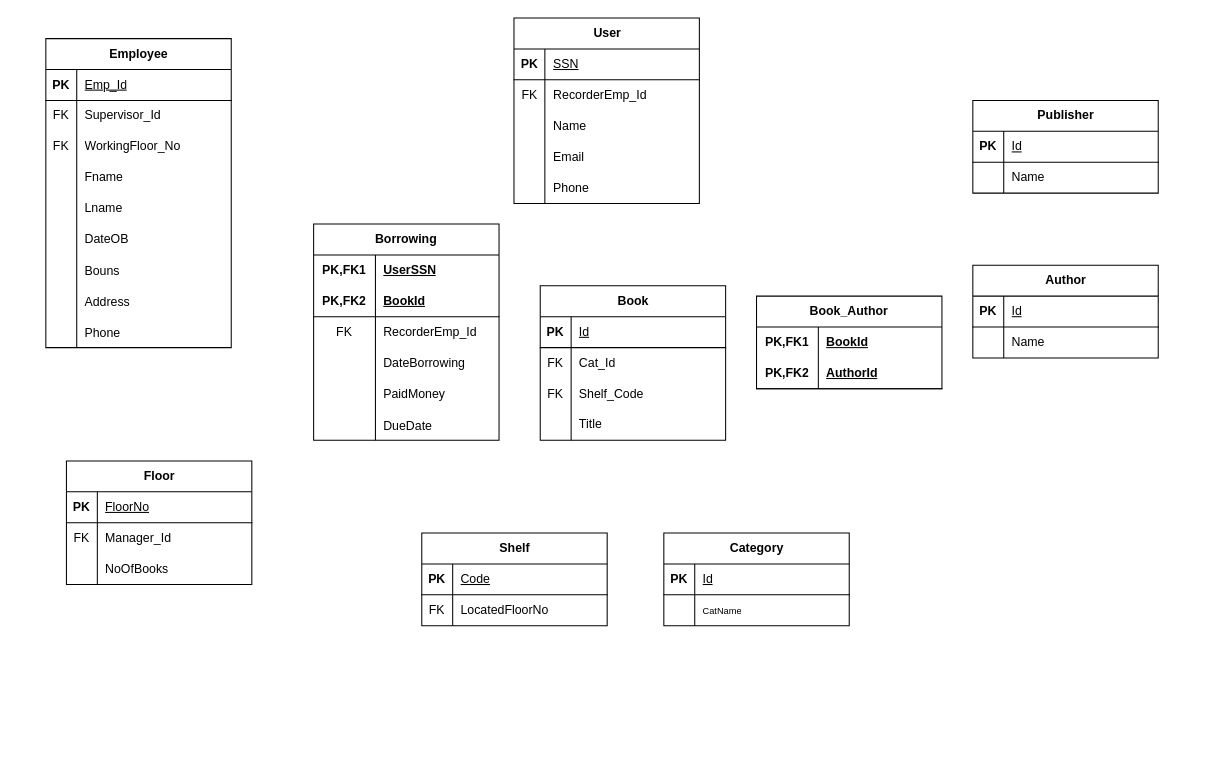
Above: Mapping/Mapping_Library.drawio in omareldesokyy/ERD (draw.io), before the change. Source tidied: cells renumbered, new cells numbered last; positions are measured from the earlier drawing's top-left corner, leaving out a move shared by most shapes. Both pictures are drawn from the tidied source at 103%, with x=0, y=0 at pixel (45, 18).
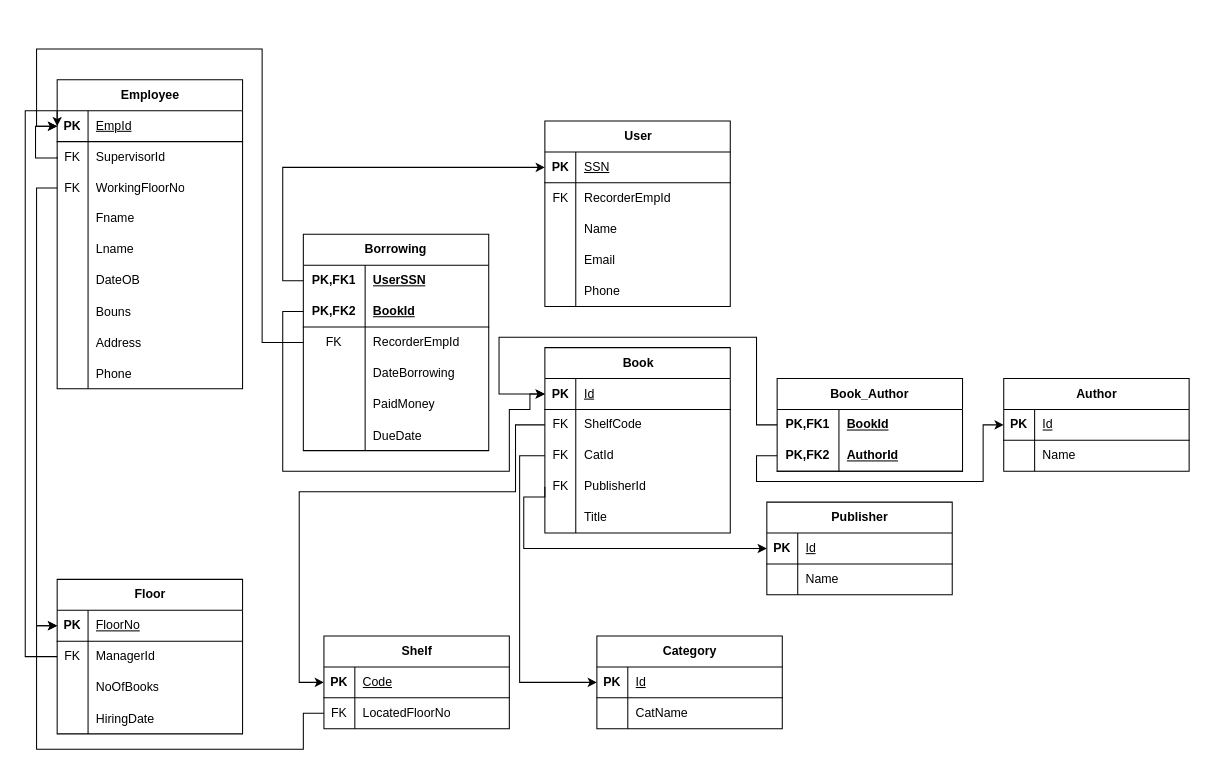
After the change.

The change refers to these unchanged cells:
```xml
<mxCell id="3" style="shape=tableRow;horizontal=0;startSize=0;swimlaneHead=0;swimlaneBody=0;fillColor=none;points=[[0,0.5],[1,0.5]];portConstraint=eastwest;top=0;left=0;right=0;bottom=1;" parent="2" vertex="1">
  <mxGeometry y="30" width="180" height="30" as="geometry" />
</mxCell>
<mxCell id="6" style="shape=tableRow;horizontal=0;startSize=0;swimlaneHead=0;swimlaneBody=0;fillColor=none;points=[[0,0.5],[1,0.5]];portConstraint=eastwest;top=0;left=0;right=0;bottom=0;" parent="2" vertex="1">
  <mxGeometry y="60" width="180" height="30" as="geometry" />
</mxCell>
<mxCell id="9" style="shape=tableRow;horizontal=0;startSize=0;swimlaneHead=0;swimlaneBody=0;fillColor=none;points=[[0,0.5],[1,0.5]];portConstraint=eastwest;top=0;left=0;right=0;bottom=0;" parent="2" vertex="1">
  <mxGeometry y="90" width="180" height="30" as="geometry" />
</mxCell>
<mxCell id="31" style="shape=tableRow;horizontal=0;startSize=0;swimlaneHead=0;swimlaneBody=0;fillColor=none;points=[[0,0.5],[1,0.5]];portConstraint=eastwest;top=0;left=0;right=0;bottom=1;" parent="30" vertex="1">
  <mxGeometry y="30" width="180" height="30" as="geometry" />
</mxCell>
<mxCell id="34" style="shape=tableRow;horizontal=0;startSize=0;swimlaneHead=0;swimlaneBody=0;fillColor=none;top=0;left=0;right=0;bottom=0;" parent="30" vertex="1">
  <mxGeometry y="60" width="180" height="30" as="geometry" />
</mxCell>
<mxCell id="47" style="shape=tableRow;horizontal=0;startSize=0;swimlaneHead=0;swimlaneBody=0;fillColor=none;points=[[0,0.5],[1,0.5]];portConstraint=eastwest;top=0;left=0;right=0;bottom=1;" parent="46" vertex="1">
  <mxGeometry y="30" width="180" height="30" as="geometry" />
</mxCell>
<mxCell id="50" style="shape=tableRow;horizontal=0;startSize=0;swimlaneHead=0;swimlaneBody=0;fillColor=none;points=[[0,0.5],[1,0.5]];portConstraint=eastwest;top=0;left=0;right=0;bottom=0;" parent="46" vertex="1">
  <mxGeometry y="60" width="180" height="30" as="geometry" />
</mxCell>
<mxCell id="53" style="shape=tableRow;horizontal=0;startSize=0;swimlaneHead=0;swimlaneBody=0;fillColor=none;points=[[0,0.5],[1,0.5]];portConstraint=eastwest;top=0;left=0;right=0;bottom=0;" parent="46" vertex="1">
  <mxGeometry y="90" width="180" height="30" as="geometry" />
</mxCell>
<mxCell id="60" style="shape=tableRow;horizontal=0;startSize=0;swimlaneHead=0;swimlaneBody=0;fillColor=none;points=[[0,0.5],[1,0.5]];portConstraint=eastwest;top=0;left=0;right=0;bottom=1;" parent="59" vertex="1">
  <mxGeometry y="30" width="180" height="30" as="geometry" />
</mxCell>
<mxCell id="67" style="shape=tableRow;horizontal=0;startSize=0;swimlaneHead=0;swimlaneBody=0;fillColor=none;points=[[0,0.5],[1,0.5]];portConstraint=eastwest;top=0;left=0;right=0;bottom=1;" parent="66" vertex="1">
  <mxGeometry y="30" width="180" height="30" as="geometry" />
</mxCell>
<mxCell id="74" style="shape=tableRow;horizontal=0;startSize=0;swimlaneHead=0;swimlaneBody=0;fillColor=none;points=[[0,0.5],[1,0.5]];portConstraint=eastwest;top=0;left=0;right=0;bottom=1;" parent="73" vertex="1">
  <mxGeometry y="30" width="180" height="30" as="geometry" />
</mxCell>
<mxCell id="77" style="shape=tableRow;horizontal=0;startSize=0;swimlaneHead=0;swimlaneBody=0;fillColor=none;top=0;left=0;right=0;bottom=0;" parent="73" vertex="1">
  <mxGeometry y="60" width="180" height="30" as="geometry" />
</mxCell>
<mxCell id="81" style="shape=tableRow;horizontal=0;startSize=0;swimlaneHead=0;swimlaneBody=0;fillColor=none;points=[[0,0.5],[1,0.5]];portConstraint=eastwest;top=0;left=0;right=0;bottom=1;" parent="80" vertex="1">
  <mxGeometry y="30" width="180" height="30" as="geometry" />
</mxCell>
<mxCell id="84" style="shape=tableRow;horizontal=0;startSize=0;swimlaneHead=0;swimlaneBody=0;fillColor=none;points=[[0,0.5],[1,0.5]];portConstraint=eastwest;top=0;left=0;right=0;bottom=0;" parent="80" vertex="1">
  <mxGeometry y="60" width="180" height="30" as="geometry" />
</mxCell>
<mxCell id="88" style="shape=tableRow;horizontal=0;startSize=0;swimlaneHead=0;swimlaneBody=0;fillColor=none;points=[[0,0.5],[1,0.5]];portConstraint=eastwest;top=0;left=0;right=0;bottom=1;" parent="87" vertex="1">
  <mxGeometry y="30" width="180" height="30" as="geometry" />
</mxCell>
<mxCell id="91" style="shape=tableRow;horizontal=0;startSize=0;swimlaneHead=0;swimlaneBody=0;fillColor=none;points=[[0,0.5],[1,0.5]];portConstraint=eastwest;top=0;left=0;right=0;bottom=0;" parent="87" vertex="1">
  <mxGeometry y="60" width="180" height="30" as="geometry" />
</mxCell>
<mxCell id="98" style="shape=tableRow;horizontal=0;startSize=0;swimlaneHead=0;swimlaneBody=0;fillColor=none;points=[[0,0.5],[1,0.5]];portConstraint=eastwest;top=0;left=0;right=0;bottom=0;html=1;" parent="97" vertex="1">
  <mxGeometry y="30" width="180" height="30" as="geometry" />
</mxCell>
<mxCell id="101" style="shape=tableRow;horizontal=0;startSize=0;swimlaneHead=0;swimlaneBody=0;fillColor=none;points=[[0,0.5],[1,0.5]];portConstraint=eastwest;top=0;left=0;right=0;bottom=1;html=1;" parent="97" vertex="1">
  <mxGeometry y="60" width="180" height="30" as="geometry" />
</mxCell>
<mxCell id="105" style="shape=tableRow;horizontal=0;startSize=0;swimlaneHead=0;swimlaneBody=0;fillColor=none;points=[[0,0.5],[1,0.5]];portConstraint=eastwest;top=0;left=0;right=0;bottom=0;html=1;" parent="104" vertex="1">
  <mxGeometry y="30" width="180" height="30" as="geometry" />
</mxCell>
<mxCell id="108" style="shape=tableRow;horizontal=0;startSize=0;swimlaneHead=0;swimlaneBody=0;fillColor=none;points=[[0,0.5],[1,0.5]];portConstraint=eastwest;top=0;left=0;right=0;bottom=1;html=1;" parent="104" vertex="1">
  <mxGeometry y="60" width="180" height="30" as="geometry" />
</mxCell>
<mxCell id="111" style="shape=tableRow;horizontal=0;startSize=0;swimlaneHead=0;swimlaneBody=0;fillColor=none;points=[[0,0.5],[1,0.5]];portConstraint=eastwest;top=0;left=0;right=0;bottom=0;" parent="104" vertex="1">
  <mxGeometry y="90" width="180" height="30" as="geometry" />
</mxCell>
```

Change to the diagram source:
```diff
@@
     <mxCell id="2" value="Employee" style="shape=table;startSize=30;childLayout=tableLayout;rowLines=0;fontStyle=1;align=center;html=1;" parent="1" vertex="1">
-      <mxGeometry y="20" width="180" height="300" as="geometry" />
+      <mxGeometry x="11" y="60" width="180" height="300" as="geometry" />
     </mxCell>
@@
-    <mxCell id="5" value="&lt;span style=&quot;font-weight: 400; text-align: center;&quot;&gt;&lt;font&gt;Emp_Id&lt;/font&gt;&lt;/span&gt;" style="shape=partialRectangle;fillColor=none;top=0;left=0;bottom=0;right=0;align=left;spacingLeft=6;fontStyle=5;overflow=hidden;whiteSpace=wrap;html=1;" parent="3" vertex="1">
+    <mxCell id="5" value="&lt;span style=&quot;font-weight: 400; text-align: center;&quot;&gt;&lt;font&gt;EmpId&lt;/font&gt;&lt;/span&gt;" style="shape=partialRectangle;fillColor=none;top=0;left=0;bottom=0;right=0;align=left;spacingLeft=6;fontStyle=5;overflow=hidden;whiteSpace=wrap;html=1;" parent="3" vertex="1">
       <mxGeometry x="30" width="150" height="30" as="geometry" />
     </mxCell>
@@
-    <mxCell id="8" value="Supervisor_Id" style="shape=partialRectangle;fillColor=none;top=0;left=0;bottom=0;right=0;align=left;spacingLeft=6;fontStyle=0;overflow=hidden;whiteSpace=wrap;html=1;" parent="6" vertex="1">
+    <mxCell id="8" value="SupervisorId" style="shape=partialRectangle;fillColor=none;top=0;left=0;bottom=0;right=0;align=left;spacingLeft=6;fontStyle=0;overflow=hidden;whiteSpace=wrap;html=1;" parent="6" vertex="1">
       <mxGeometry x="30" width="150" height="30" as="geometry" />
     </mxCell>
@@
-    <mxCell id="11" value="WorkingFloor_No" style="shape=partialRectangle;fillColor=none;top=0;left=0;bottom=0;right=0;align=left;spacingLeft=6;fontStyle=0;overflow=hidden;whiteSpace=wrap;html=1;" parent="9" vertex="1">
+    <mxCell id="11" value="WorkingFloorNo" style="shape=partialRectangle;fillColor=none;top=0;left=0;bottom=0;right=0;align=left;spacingLeft=6;fontStyle=0;overflow=hidden;whiteSpace=wrap;html=1;" parent="9" vertex="1">
       <mxGeometry x="30" width="150" height="30" as="geometry" />
     </mxCell>
@@
+    <mxCell id="123" style="edgeStyle=orthogonalEdgeStyle;rounded=0;jettySize=auto;html=1;exitX=0;exitY=0.5;exitDx=0;exitDy=0;entryX=0;entryY=0.5;entryDx=0;entryDy=0;" parent="1" edge="1" source="6" target="3">
+      <mxGeometry relative="1" as="geometry">
+        <Array as="points">
+          <mxPoint x="11" y="136" />
+          <mxPoint x="-10" y="136" />
+          <mxPoint x="-10" y="105" />
+        </Array>
+      </mxGeometry>
+    </mxCell>
     <mxCell id="30" value="User" style="shape=table;startSize=30;childLayout=tableLayout;rowLines=0;fontStyle=1;align=center;html=1;" parent="1" vertex="1">
-      <mxGeometry x="454.5" width="180" height="180" as="geometry" />
+      <mxGeometry x="484.5" y="100" width="180" height="180" as="geometry" />
     </mxCell>
@@
-    <mxCell id="36" value="RecorderEmp_Id" style="shape=partialRectangle;fillColor=none;top=0;left=0;bottom=0;right=0;align=left;spacingLeft=6;fontStyle=0;overflow=hidden;whiteSpace=wrap;html=1;" parent="34" vertex="1">
+    <mxCell id="36" value="RecorderEmpId" style="shape=partialRectangle;fillColor=none;top=0;left=0;bottom=0;right=0;align=left;spacingLeft=6;fontStyle=0;overflow=hidden;whiteSpace=wrap;html=1;" parent="34" vertex="1">
       <mxGeometry x="30" width="150" height="30" as="geometry" />
     </mxCell>
@@
     <mxCell id="46" value="&lt;span style=&quot;text-wrap-mode: wrap;&quot;&gt;Book&lt;/span&gt;" style="shape=table;startSize=30;childLayout=tableLayout;rowLines=0;fontStyle=1;align=center;html=1;" parent="1" vertex="1">
-      <mxGeometry x="480" y="260" width="180" height="150" as="geometry" />
+      <mxGeometry x="484.5" y="320" width="180" height="180" as="geometry" />
     </mxCell>
@@
-    <mxCell id="52" value="Cat_Id" style="shape=partialRectangle;fillColor=none;top=0;left=0;bottom=0;right=0;align=left;spacingLeft=6;fontStyle=0;overflow=hidden;whiteSpace=wrap;html=1;" parent="50" vertex="1">
+    <mxCell id="52" value="ShelfCode" style="shape=partialRectangle;fillColor=none;top=0;left=0;bottom=0;right=0;align=left;spacingLeft=6;fontStyle=0;overflow=hidden;whiteSpace=wrap;html=1;" parent="50" vertex="1">
       <mxGeometry x="30" width="150" height="30" as="geometry" />
     </mxCell>
@@
-    <mxCell id="55" value="Shelf_Code" style="shape=partialRectangle;fillColor=none;top=0;left=0;bottom=0;right=0;align=left;spacingLeft=6;fontStyle=0;overflow=hidden;whiteSpace=wrap;html=1;" parent="53" vertex="1">
+    <mxCell id="55" value="CatId" style="shape=partialRectangle;fillColor=none;top=0;left=0;bottom=0;right=0;align=left;spacingLeft=6;fontStyle=0;overflow=hidden;whiteSpace=wrap;html=1;" parent="53" vertex="1">
       <mxGeometry x="30" width="150" height="30" as="geometry" />
     </mxCell>
+    <mxCell id="124" style="shape=tableRow;horizontal=0;startSize=0;swimlaneHead=0;swimlaneBody=0;fillColor=none;points=[[0,0.5],[1,0.5]];portConstraint=eastwest;top=0;left=0;right=0;bottom=0;" parent="46" vertex="1">
+      <mxGeometry y="120" width="180" height="30" as="geometry" />
+    </mxCell>
+    <mxCell id="125" value="FK" style="shape=partialRectangle;fillColor=none;top=0;left=0;bottom=0;right=0;fontStyle=0;overflow=hidden;whiteSpace=wrap;html=1;" parent="124" vertex="1">
+      <mxGeometry width="30" height="30" as="geometry" />
+    </mxCell>
+    <mxCell id="126" value="PublisherId" style="shape=partialRectangle;fillColor=none;top=0;left=0;bottom=0;right=0;align=left;spacingLeft=6;fontStyle=0;overflow=hidden;whiteSpace=wrap;html=1;" parent="124" vertex="1">
+      <mxGeometry x="30" width="150" height="30" as="geometry" />
+    </mxCell>
     <mxCell id="56" style="shape=tableRow;horizontal=0;startSize=0;swimlaneHead=0;swimlaneBody=0;fillColor=none;top=0;left=0;right=0;bottom=0;" parent="46" vertex="1">
-      <mxGeometry y="120" width="180" height="30" as="geometry" />
+      <mxGeometry y="150" width="180" height="30" as="geometry" />
     </mxCell>
@@
     <mxCell id="59" value="&lt;span style=&quot;text-wrap-mode: wrap;&quot;&gt;Author&lt;/span&gt;" style="shape=table;startSize=30;childLayout=tableLayout;rowLines=0;fontStyle=1;align=center;html=1;" parent="1" vertex="1">
-      <mxGeometry x="900" y="240" width="180" height="90" as="geometry" />
+      <mxGeometry x="930" y="350" width="180" height="90" as="geometry" />
     </mxCell>
@@
     <mxCell id="66" value="&lt;span style=&quot;text-wrap-mode: wrap;&quot;&gt;Publisher&lt;/span&gt;" style="shape=table;startSize=30;childLayout=tableLayout;rowLines=0;fontStyle=1;align=center;html=1;" parent="1" vertex="1">
-      <mxGeometry x="900" y="80" width="180" height="90" as="geometry" />
+      <mxGeometry x="700" y="470" width="180" height="90" as="geometry" />
     </mxCell>
@@
     <mxCell id="73" value="&lt;span style=&quot;text-wrap-mode: wrap;&quot;&gt;Category&lt;/span&gt;" style="shape=table;startSize=30;childLayout=tableLayout;rowLines=0;fontStyle=1;align=center;html=1;" parent="1" vertex="1">
-      <mxGeometry x="600" y="500" width="180" height="90" as="geometry" />
+      <mxGeometry x="535" y="600" width="180" height="90" as="geometry" />
     </mxCell>
@@
-    <mxCell id="79" value="&lt;span style=&quot;font-size: 9px; text-align: center;&quot;&gt;CatName&lt;/span&gt;" style="shape=partialRectangle;fillColor=none;top=0;left=0;bottom=0;right=0;align=left;spacingLeft=6;overflow=hidden;whiteSpace=wrap;html=1;" parent="77" vertex="1">
+    <mxCell id="79" value="&lt;span style=&quot;text-align: center;&quot;&gt;&lt;font&gt;CatName&lt;/font&gt;&lt;/span&gt;" style="shape=partialRectangle;fillColor=none;top=0;left=0;bottom=0;right=0;align=left;spacingLeft=6;overflow=hidden;whiteSpace=wrap;html=1;" parent="77" vertex="1">
       <mxGeometry x="30" width="150" height="30" as="geometry" />
     </mxCell>
     <mxCell id="80" value="&lt;span style=&quot;text-wrap-mode: wrap;&quot;&gt;Shelf&lt;/span&gt;" style="shape=table;startSize=30;childLayout=tableLayout;rowLines=0;fontStyle=1;align=center;html=1;" parent="1" vertex="1">
-      <mxGeometry x="365" y="500" width="180" height="90" as="geometry" />
+      <mxGeometry x="270" y="600" width="180" height="90" as="geometry" />
     </mxCell>
@@
     <mxCell id="87" value="&lt;span style=&quot;text-wrap-mode: wrap;&quot;&gt;Floor&lt;/span&gt;" style="shape=table;startSize=30;childLayout=tableLayout;rowLines=0;fontStyle=1;align=center;html=1;" parent="1" vertex="1">
-      <mxGeometry x="20" y="430" width="180" height="120" as="geometry" />
+      <mxGeometry x="11" y="545" width="180" height="150" as="geometry" />
     </mxCell>
@@
-    <mxCell id="93" value="Manager_Id" style="shape=partialRectangle;fillColor=none;top=0;left=0;bottom=0;right=0;align=left;spacingLeft=6;fontStyle=0;overflow=hidden;whiteSpace=wrap;html=1;" parent="91" vertex="1">
+    <mxCell id="93" value="ManagerId" style="shape=partialRectangle;fillColor=none;top=0;left=0;bottom=0;right=0;align=left;spacingLeft=6;fontStyle=0;overflow=hidden;whiteSpace=wrap;html=1;" parent="91" vertex="1">
       <mxGeometry x="30" width="150" height="30" as="geometry" />
     </mxCell>
@@
+    <mxCell id="127" style="shape=tableRow;horizontal=0;startSize=0;swimlaneHead=0;swimlaneBody=0;fillColor=none;top=0;left=0;right=0;bottom=0;" parent="87" vertex="1">
+      <mxGeometry y="120" width="180" height="30" as="geometry" />
+    </mxCell>
+    <mxCell id="128" style="shape=partialRectangle;fillColor=none;top=0;left=0;bottom=0;right=0;overflow=hidden;" parent="127" vertex="1">
+      <mxGeometry width="30" height="30" as="geometry" />
+    </mxCell>
+    <mxCell id="129" value="HiringDate" style="shape=partialRectangle;fillColor=none;top=0;left=0;bottom=0;right=0;align=left;spacingLeft=6;overflow=hidden;" parent="127" vertex="1">
+      <mxGeometry x="30" width="150" height="30" as="geometry" />
+    </mxCell>
     <mxCell id="97" value="Book_Author" style="shape=table;startSize=30;childLayout=tableLayout;rowLines=0;fontStyle=1;align=center;html=1;whiteSpace=wrap;" parent="1" vertex="1">
-      <mxGeometry x="690" y="270" width="180" height="90" as="geometry" />
+      <mxGeometry x="710" y="350" width="180" height="90" as="geometry" />
     </mxCell>
@@
     <mxCell id="104" value="Borrowing" style="shape=table;startSize=30;childLayout=tableLayout;rowLines=0;fontStyle=1;align=center;html=1;whiteSpace=wrap;" parent="1" vertex="1">
-      <mxGeometry x="260" y="200" width="180" height="210" as="geometry" />
+      <mxGeometry x="250" y="210" width="180" height="210" as="geometry" />
     </mxCell>
@@
-    <mxCell id="113" value="RecorderEmp_Id" style="shape=partialRectangle;fillColor=none;top=0;left=0;bottom=0;right=0;align=left;spacingLeft=6;fontStyle=0;overflow=hidden;whiteSpace=wrap;html=1;" parent="111" vertex="1">
+    <mxCell id="113" value="RecorderEmpId" style="shape=partialRectangle;fillColor=none;top=0;left=0;bottom=0;right=0;align=left;spacingLeft=6;fontStyle=0;overflow=hidden;whiteSpace=wrap;html=1;" parent="111" vertex="1">
       <mxGeometry x="60" width="120" height="30" as="geometry" />
     </mxCell>
@@
+    <mxCell id="130" style="edgeStyle=orthogonalEdgeStyle;rounded=0;jettySize=auto;html=1;exitX=0;exitY=0.5;exitDx=0;exitDy=0;entryX=0;entryY=0.5;entryDx=0;entryDy=0;" parent="1" edge="1" source="91" target="3">
+      <mxGeometry relative="1" as="geometry">
+        <Array as="points">
+          <mxPoint x="-20" y="620" />
+          <mxPoint x="-20" y="90" />
+          <mxPoint x="11" y="90" />
+        </Array>
+      </mxGeometry>
+    </mxCell>
+    <mxCell id="131" style="edgeStyle=orthogonalEdgeStyle;rounded=0;jettySize=auto;html=1;exitX=0;exitY=0.5;exitDx=0;exitDy=0;entryX=0;entryY=0.5;entryDx=0;entryDy=0;" parent="1" edge="1" source="9" target="88">
+      <mxGeometry relative="1" as="geometry" />
+    </mxCell>
+    <mxCell id="132" style="edgeStyle=orthogonalEdgeStyle;rounded=0;jettySize=auto;html=1;exitX=0;exitY=0.5;exitDx=0;exitDy=0;entryX=0;entryY=0.5;entryDx=0;entryDy=0;" parent="1" edge="1" source="105" target="31">
+      <mxGeometry relative="1" as="geometry" />
+    </mxCell>
+    <mxCell id="133" style="edgeStyle=orthogonalEdgeStyle;rounded=0;jettySize=auto;html=1;exitX=0;exitY=0.5;exitDx=0;exitDy=0;entryX=0;entryY=0.5;entryDx=0;entryDy=0;" parent="1" edge="1" source="108" target="47">
+      <mxGeometry relative="1" as="geometry">
+        <Array as="points">
+          <mxPoint x="230" y="285" />
+          <mxPoint x="230" y="440" />
+          <mxPoint x="450" y="440" />
+          <mxPoint x="450" y="380" />
+          <mxPoint x="470" y="380" />
+          <mxPoint x="470" y="365" />
+        </Array>
+      </mxGeometry>
+    </mxCell>
+    <mxCell id="134" style="edgeStyle=orthogonalEdgeStyle;rounded=0;jettySize=auto;html=1;exitX=0;exitY=0.5;exitDx=0;exitDy=0;entryX=0;entryY=0.5;entryDx=0;entryDy=0;" parent="1" edge="1" source="111" target="3">
+      <mxGeometry relative="1" as="geometry">
+        <Array as="points">
+          <mxPoint x="210" y="315" />
+          <mxPoint x="210" y="30" />
+          <mxPoint x="-9" y="30" />
+          <mxPoint x="-9" y="105" />
+        </Array>
+      </mxGeometry>
+    </mxCell>
+    <mxCell id="135" style="edgeStyle=orthogonalEdgeStyle;rounded=0;jettySize=auto;html=1;exitX=0;exitY=0.5;exitDx=0;exitDy=0;entryX=0;entryY=0.5;entryDx=0;entryDy=0;" parent="1" edge="1" source="98" target="47">
+      <mxGeometry relative="1" as="geometry">
+        <Array as="points">
+          <mxPoint x="690" y="395" />
+          <mxPoint x="690" y="310" />
+          <mxPoint x="440" y="310" />
+          <mxPoint x="440" y="365" />
+        </Array>
+      </mxGeometry>
+    </mxCell>
+    <mxCell id="136" style="edgeStyle=orthogonalEdgeStyle;rounded=0;jettySize=auto;html=1;exitX=0;exitY=0.5;exitDx=0;exitDy=0;entryX=0;entryY=0.5;entryDx=0;entryDy=0;" parent="1" edge="1" source="101" target="60">
+      <mxGeometry relative="1" as="geometry">
+        <Array as="points">
+          <mxPoint x="690" y="425" />
+          <mxPoint x="690" y="450" />
+          <mxPoint x="910" y="450" />
+          <mxPoint x="910" y="395" />
+        </Array>
+      </mxGeometry>
+    </mxCell>
+    <mxCell id="137" style="edgeStyle=orthogonalEdgeStyle;rounded=0;jettySize=auto;html=1;exitX=0;exitY=0.5;exitDx=0;exitDy=0;entryX=0;entryY=0.5;entryDx=0;entryDy=0;" parent="1" edge="1" source="124" target="67">
+      <mxGeometry relative="1" as="geometry">
+        <Array as="points">
+          <mxPoint x="464" y="465" />
+          <mxPoint x="464" y="515" />
+        </Array>
+      </mxGeometry>
+    </mxCell>
+    <mxCell id="138" style="edgeStyle=orthogonalEdgeStyle;rounded=0;jettySize=auto;html=1;exitX=0;exitY=0.5;exitDx=0;exitDy=0;entryX=0;entryY=0.5;entryDx=0;entryDy=0;" parent="1" edge="1" source="53" target="74">
+      <mxGeometry relative="1" as="geometry">
+        <Array as="points">
+          <mxPoint x="460" y="425" />
+          <mxPoint x="460" y="645" />
+        </Array>
+      </mxGeometry>
+    </mxCell>
+    <mxCell id="139" style="edgeStyle=orthogonalEdgeStyle;rounded=0;jettySize=auto;html=1;exitX=0;exitY=0.5;exitDx=0;exitDy=0;entryX=0;entryY=0.5;entryDx=0;entryDy=0;" parent="1" edge="1" source="50" target="81">
+      <mxGeometry relative="1" as="geometry">
+        <Array as="points">
+          <mxPoint x="456" y="395" />
+          <mxPoint x="456" y="460" />
+          <mxPoint x="246" y="460" />
+          <mxPoint x="246" y="645" />
+        </Array>
+      </mxGeometry>
+    </mxCell>
+    <mxCell id="140" style="edgeStyle=orthogonalEdgeStyle;rounded=0;jettySize=auto;html=1;exitX=0;exitY=0.5;exitDx=0;exitDy=0;entryX=0;entryY=0.5;entryDx=0;entryDy=0;" parent="1" edge="1" source="84" target="88">
+      <mxGeometry relative="1" as="geometry">
+        <Array as="points">
+          <mxPoint x="250" y="675" />
+          <mxPoint x="250" y="710" />
+          <mxPoint x="-9" y="710" />
+          <mxPoint x="-9" y="590" />
+        </Array>
+      </mxGeometry>
+    </mxCell>
```
